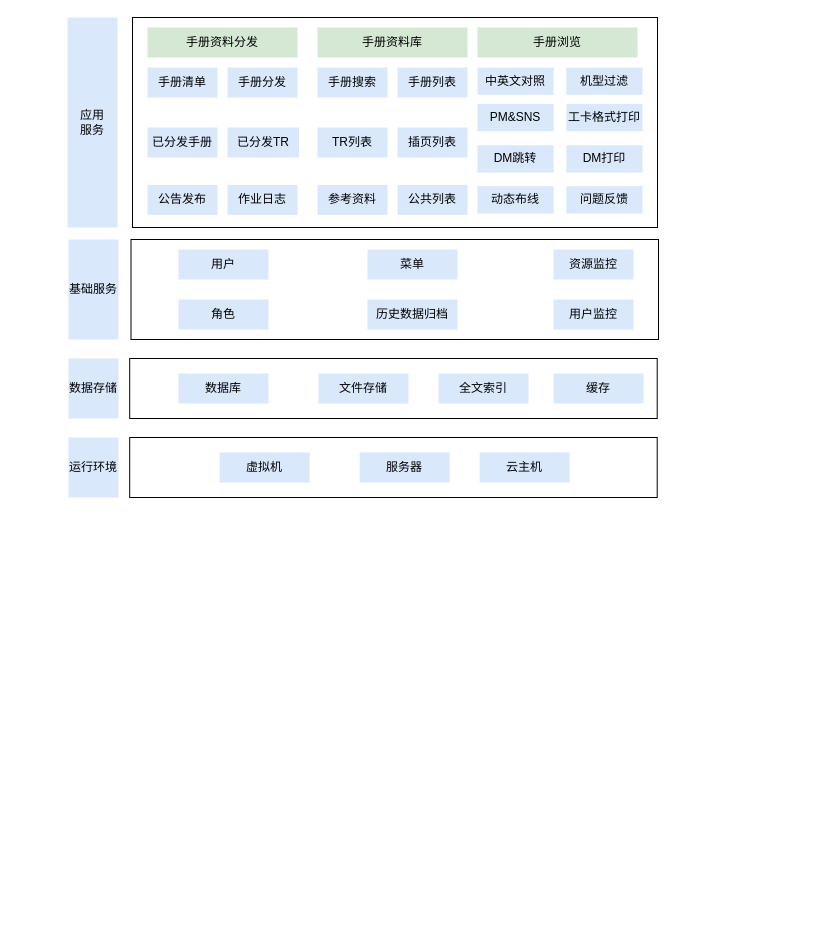
Above: imap_2/售前-IMAP 应用架构图.drawio in DemonHan/KuickBuy (draw.io), before the change. Source tidied: cells renumbered, new cells numbered last; positions are measured from the earlier drawing's top-left corner, leaving out a move shared by most shapes. Both pictures are drawn from the tidied source at 100%, with x=0, y=0 at pixel (67, 17).
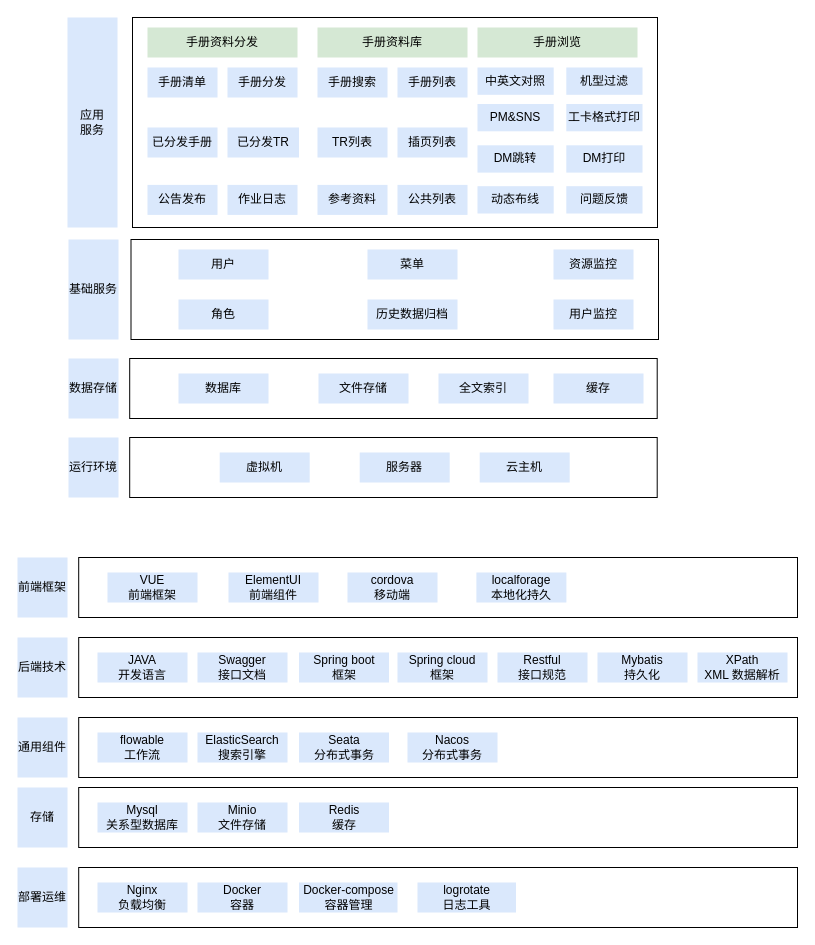
After the change.

Commit message (it also covers changes not shown here):
更新售前-IMAP 应用架构图.drawio

What changed in the source:
```diff
@@
+    <mxCell id="46" value="前端框架" style="rounded=0;whiteSpace=wrap;html=1;fillColor=#dae8fc;strokeColor=none;" parent="1" vertex="1">
+      <mxGeometry x="-50" y="540" width="50" height="60" as="geometry" />
+    </mxCell>
+    <mxCell id="47" style="rounded=0;whiteSpace=wrap;html=1;" parent="1" vertex="1">
+      <mxGeometry x="11.2" y="540" width="718.8" height="60" as="geometry" />
+    </mxCell>
+    <mxCell id="48" value="VUE&lt;br&gt;前端框架" style="rounded=0;whiteSpace=wrap;html=1;fillColor=#dae8fc;strokeColor=none;" parent="1" vertex="1">
+      <mxGeometry x="40" y="555" width="90" height="30" as="geometry" />
+    </mxCell>
+    <mxCell id="49" value="ElementUI&lt;br&gt;前端组件" style="rounded=0;whiteSpace=wrap;html=1;fillColor=#dae8fc;strokeColor=none;" parent="1" vertex="1">
+      <mxGeometry x="161" y="555" width="90" height="30" as="geometry" />
+    </mxCell>
+    <mxCell id="50" value="&lt;article data-clipboard-cangjie=&quot;[&amp;quot;root&amp;quot;,{&amp;quot;copyFrom&amp;quot;:&amp;quot;im-native&amp;quot;},[&amp;quot;p&amp;quot;,{},[&amp;quot;span&amp;quot;,{&amp;quot;data-type&amp;quot;:&amp;quot;text&amp;quot;},[&amp;quot;span&amp;quot;,{&amp;quot;data-type&amp;quot;:&amp;quot;leaf&amp;quot;},&amp;quot;cordova&amp;quot;]]]]&quot; class=&quot;4ever-article&quot;&gt;&lt;p&gt;cordova&lt;br&gt;移动端&lt;/p&gt;&lt;/article&gt;" style="rounded=0;whiteSpace=wrap;html=1;fillColor=#dae8fc;strokeColor=none;" parent="1" vertex="1">
+      <mxGeometry x="280" y="555" width="90" height="30" as="geometry" />
+    </mxCell>
+    <mxCell id="51" value="&lt;article data-clipboard-cangjie=&quot;[&amp;quot;root&amp;quot;,{&amp;quot;copyFrom&amp;quot;:&amp;quot;im-native&amp;quot;},[&amp;quot;p&amp;quot;,{},[&amp;quot;span&amp;quot;,{&amp;quot;data-type&amp;quot;:&amp;quot;text&amp;quot;},[&amp;quot;span&amp;quot;,{&amp;quot;data-type&amp;quot;:&amp;quot;leaf&amp;quot;},&amp;quot;cordova&amp;quot;]]]]&quot; class=&quot;4ever-article&quot;&gt;&lt;p&gt;localforage&lt;br&gt;本地化持久&lt;/p&gt;&lt;/article&gt;" style="rounded=0;whiteSpace=wrap;html=1;fillColor=#dae8fc;strokeColor=none;" parent="1" vertex="1">
+      <mxGeometry x="408.9" y="555" width="90" height="30" as="geometry" />
+    </mxCell>
+    <mxCell id="52" value="后端技术" style="rounded=0;whiteSpace=wrap;html=1;fillColor=#dae8fc;strokeColor=none;" parent="1" vertex="1">
+      <mxGeometry x="-50" y="620" width="50" height="60" as="geometry" />
+    </mxCell>
+    <mxCell id="53" style="rounded=0;whiteSpace=wrap;html=1;" parent="1" vertex="1">
+      <mxGeometry x="11.2" y="620" width="718.8" height="60" as="geometry" />
+    </mxCell>
+    <mxCell id="54" value="JAVA&lt;br&gt;开发语言" style="rounded=0;whiteSpace=wrap;html=1;fillColor=#dae8fc;strokeColor=none;" parent="1" vertex="1">
+      <mxGeometry x="30" y="635" width="90" height="30" as="geometry" />
+    </mxCell>
+    <mxCell id="55" value="Swagger&lt;br&gt;接口文档" style="rounded=0;whiteSpace=wrap;html=1;fillColor=#dae8fc;strokeColor=none;" parent="1" vertex="1">
+      <mxGeometry x="130" y="635" width="90" height="30" as="geometry" />
+    </mxCell>
+    <mxCell id="56" value="&lt;article data-clipboard-cangjie=&quot;[&amp;quot;root&amp;quot;,{&amp;quot;copyFrom&amp;quot;:&amp;quot;im-native&amp;quot;},[&amp;quot;p&amp;quot;,{},[&amp;quot;span&amp;quot;,{&amp;quot;data-type&amp;quot;:&amp;quot;text&amp;quot;},[&amp;quot;span&amp;quot;,{&amp;quot;data-type&amp;quot;:&amp;quot;leaf&amp;quot;},&amp;quot;cordova&amp;quot;]]]]&quot; class=&quot;4ever-article&quot;&gt;&lt;p&gt;Spring boot&lt;br&gt;框架&lt;/p&gt;&lt;/article&gt;" style="rounded=0;whiteSpace=wrap;html=1;fillColor=#dae8fc;strokeColor=none;" parent="1" vertex="1">
+      <mxGeometry x="231.5" y="635" width="90" height="30" as="geometry" />
+    </mxCell>
+    <mxCell id="57" value="&lt;article data-clipboard-cangjie=&quot;[&amp;quot;root&amp;quot;,{&amp;quot;copyFrom&amp;quot;:&amp;quot;im-native&amp;quot;},[&amp;quot;p&amp;quot;,{},[&amp;quot;span&amp;quot;,{&amp;quot;data-type&amp;quot;:&amp;quot;text&amp;quot;},[&amp;quot;span&amp;quot;,{&amp;quot;data-type&amp;quot;:&amp;quot;leaf&amp;quot;},&amp;quot;cordova&amp;quot;]]]]&quot; class=&quot;4ever-article&quot;&gt;&lt;p&gt;Spring cloud&lt;br&gt;框架&lt;/p&gt;&lt;/article&gt;" style="rounded=0;whiteSpace=wrap;html=1;fillColor=#dae8fc;strokeColor=none;" parent="1" vertex="1">
+      <mxGeometry x="330" y="635" width="90" height="30" as="geometry" />
+    </mxCell>
+    <mxCell id="58" value="&lt;article data-clipboard-cangjie=&quot;[&amp;quot;root&amp;quot;,{&amp;quot;copyFrom&amp;quot;:&amp;quot;im-native&amp;quot;},[&amp;quot;p&amp;quot;,{},[&amp;quot;span&amp;quot;,{&amp;quot;data-type&amp;quot;:&amp;quot;text&amp;quot;},[&amp;quot;span&amp;quot;,{&amp;quot;data-type&amp;quot;:&amp;quot;leaf&amp;quot;},&amp;quot;cordova&amp;quot;]]]]&quot; class=&quot;4ever-article&quot;&gt;&lt;p&gt;Restful&lt;br&gt;接口规范&lt;/p&gt;&lt;/article&gt;" style="rounded=0;whiteSpace=wrap;html=1;fillColor=#dae8fc;strokeColor=none;" parent="1" vertex="1">
+      <mxGeometry x="430" y="635" width="90" height="30" as="geometry" />
+    </mxCell>
+    <mxCell id="59" value="Mybatis&lt;br&gt;持久化" style="rounded=0;whiteSpace=wrap;html=1;fillColor=#dae8fc;strokeColor=none;" parent="1" vertex="1">
+      <mxGeometry x="530" y="635" width="90" height="30" as="geometry" />
+    </mxCell>
+    <mxCell id="60" value="XPath&lt;br&gt;XML 数据解析" style="rounded=0;whiteSpace=wrap;html=1;fillColor=#dae8fc;strokeColor=none;" parent="1" vertex="1">
+      <mxGeometry x="630" y="635" width="90" height="30" as="geometry" />
+    </mxCell>
+    <mxCell id="61" value="通用组件" style="rounded=0;whiteSpace=wrap;html=1;fillColor=#dae8fc;strokeColor=none;" parent="1" vertex="1">
+      <mxGeometry x="-50" y="700" width="50" height="60" as="geometry" />
+    </mxCell>
+    <mxCell id="62" style="rounded=0;whiteSpace=wrap;html=1;" parent="1" vertex="1">
+      <mxGeometry x="11.2" y="700" width="718.8" height="60" as="geometry" />
+    </mxCell>
+    <mxCell id="63" value="flowable&lt;br&gt;工作流" style="rounded=0;whiteSpace=wrap;html=1;fillColor=#dae8fc;strokeColor=none;" parent="1" vertex="1">
+      <mxGeometry x="30" y="715" width="90" height="30" as="geometry" />
+    </mxCell>
+    <mxCell id="64" value="ElasticSearch&lt;br&gt;&lt;div style=&quot;text-align: center;&quot;&gt;&lt;span style=&quot;text-align: start; background-color: transparent;&quot;&gt;搜索引擎&lt;/span&gt;&lt;/div&gt;" style="rounded=0;whiteSpace=wrap;html=1;fillColor=#dae8fc;strokeColor=none;" parent="1" vertex="1">
+      <mxGeometry x="130" y="715" width="90" height="30" as="geometry" />
+    </mxCell>
+    <mxCell id="65" value="&lt;article data-clipboard-cangjie=&quot;[&amp;quot;root&amp;quot;,{&amp;quot;copyFrom&amp;quot;:&amp;quot;im-native&amp;quot;},[&amp;quot;p&amp;quot;,{},[&amp;quot;span&amp;quot;,{&amp;quot;data-type&amp;quot;:&amp;quot;text&amp;quot;},[&amp;quot;span&amp;quot;,{&amp;quot;data-type&amp;quot;:&amp;quot;leaf&amp;quot;},&amp;quot;cordova&amp;quot;]]]]&quot; class=&quot;4ever-article&quot;&gt;&lt;p&gt;Seata&lt;br&gt;分布式事务&lt;/p&gt;&lt;/article&gt;" style="rounded=0;whiteSpace=wrap;html=1;fillColor=#dae8fc;strokeColor=none;" parent="1" vertex="1">
+      <mxGeometry x="231.5" y="715" width="90" height="30" as="geometry" />
+    </mxCell>
+    <mxCell id="66" value="存储" style="rounded=0;whiteSpace=wrap;html=1;fillColor=#dae8fc;strokeColor=none;" parent="1" vertex="1">
+      <mxGeometry x="-50" y="770" width="50" height="60" as="geometry" />
+    </mxCell>
+    <mxCell id="67" style="rounded=0;whiteSpace=wrap;html=1;" parent="1" vertex="1">
+      <mxGeometry x="11.2" y="770" width="718.8" height="60" as="geometry" />
+    </mxCell>
+    <mxCell id="68" value="Mysql&lt;br&gt;关系型数据库" style="rounded=0;whiteSpace=wrap;html=1;fillColor=#dae8fc;strokeColor=none;" parent="1" vertex="1">
+      <mxGeometry x="30" y="785" width="90" height="30" as="geometry" />
+    </mxCell>
+    <mxCell id="69" value="Minio&lt;br&gt;文件存储" style="rounded=0;whiteSpace=wrap;html=1;fillColor=#dae8fc;strokeColor=none;" parent="1" vertex="1">
+      <mxGeometry x="130" y="785" width="90" height="30" as="geometry" />
+    </mxCell>
+    <mxCell id="70" value="&lt;article data-clipboard-cangjie=&quot;[&amp;quot;root&amp;quot;,{&amp;quot;copyFrom&amp;quot;:&amp;quot;im-native&amp;quot;},[&amp;quot;p&amp;quot;,{},[&amp;quot;span&amp;quot;,{&amp;quot;data-type&amp;quot;:&amp;quot;text&amp;quot;},[&amp;quot;span&amp;quot;,{&amp;quot;data-type&amp;quot;:&amp;quot;leaf&amp;quot;},&amp;quot;cordova&amp;quot;]]]]&quot; class=&quot;4ever-article&quot;&gt;&lt;p&gt;Redis&lt;br&gt;缓存&lt;/p&gt;&lt;/article&gt;" style="rounded=0;whiteSpace=wrap;html=1;fillColor=#dae8fc;strokeColor=none;" parent="1" vertex="1">
+      <mxGeometry x="231.5" y="785" width="90" height="30" as="geometry" />
+    </mxCell>
+    <mxCell id="71" value="&lt;article data-clipboard-cangjie=&quot;[&amp;quot;root&amp;quot;,{&amp;quot;copyFrom&amp;quot;:&amp;quot;im-native&amp;quot;},[&amp;quot;p&amp;quot;,{},[&amp;quot;span&amp;quot;,{&amp;quot;data-type&amp;quot;:&amp;quot;text&amp;quot;},[&amp;quot;span&amp;quot;,{&amp;quot;data-type&amp;quot;:&amp;quot;leaf&amp;quot;},&amp;quot;cordova&amp;quot;]]]]&quot; class=&quot;4ever-article&quot;&gt;&lt;p&gt;Nacos&lt;br&gt;分布式事务&lt;/p&gt;&lt;/article&gt;" style="rounded=0;whiteSpace=wrap;html=1;fillColor=#dae8fc;strokeColor=none;" parent="1" vertex="1">
+      <mxGeometry x="340" y="715" width="90" height="30" as="geometry" />
+    </mxCell>
+    <mxCell id="72" value="部署运维" style="rounded=0;whiteSpace=wrap;html=1;fillColor=#dae8fc;strokeColor=none;" parent="1" vertex="1">
+      <mxGeometry x="-50" y="850" width="50" height="60" as="geometry" />
+    </mxCell>
+    <mxCell id="73" style="rounded=0;whiteSpace=wrap;html=1;" parent="1" vertex="1">
+      <mxGeometry x="11.2" y="850" width="718.8" height="60" as="geometry" />
+    </mxCell>
+    <mxCell id="74" value="Nginx&lt;br&gt;负载均衡" style="rounded=0;whiteSpace=wrap;html=1;fillColor=#dae8fc;strokeColor=none;" parent="1" vertex="1">
+      <mxGeometry x="30" y="865" width="90" height="30" as="geometry" />
+    </mxCell>
+    <mxCell id="75" value="Docker&lt;br&gt;容器" style="rounded=0;whiteSpace=wrap;html=1;fillColor=#dae8fc;strokeColor=none;" parent="1" vertex="1">
+      <mxGeometry x="130" y="865" width="90" height="30" as="geometry" />
+    </mxCell>
+    <mxCell id="76" value="&lt;article data-clipboard-cangjie=&quot;[&amp;quot;root&amp;quot;,{&amp;quot;copyFrom&amp;quot;:&amp;quot;im-native&amp;quot;},[&amp;quot;p&amp;quot;,{},[&amp;quot;span&amp;quot;,{&amp;quot;data-type&amp;quot;:&amp;quot;text&amp;quot;},[&amp;quot;span&amp;quot;,{&amp;quot;data-type&amp;quot;:&amp;quot;leaf&amp;quot;},&amp;quot;cordova&amp;quot;]]]]&quot; class=&quot;4ever-article&quot;&gt;&lt;p&gt;Docker-compose&lt;br&gt;容器管理&lt;/p&gt;&lt;/article&gt;" style="rounded=0;whiteSpace=wrap;html=1;fillColor=#dae8fc;strokeColor=none;" parent="1" vertex="1">
+      <mxGeometry x="231.5" y="865" width="98.5" height="30" as="geometry" />
+    </mxCell>
+    <mxCell id="77" value="&lt;article data-clipboard-cangjie=&quot;[&amp;quot;root&amp;quot;,{&amp;quot;copyFrom&amp;quot;:&amp;quot;im-native&amp;quot;},[&amp;quot;p&amp;quot;,{},[&amp;quot;span&amp;quot;,{&amp;quot;data-type&amp;quot;:&amp;quot;text&amp;quot;},[&amp;quot;span&amp;quot;,{&amp;quot;data-type&amp;quot;:&amp;quot;leaf&amp;quot;},&amp;quot;cordova&amp;quot;]]]]&quot; class=&quot;4ever-article&quot;&gt;&lt;p&gt;logrotate&lt;br&gt;日志工具&lt;/p&gt;&lt;/article&gt;" style="rounded=0;whiteSpace=wrap;html=1;fillColor=#dae8fc;strokeColor=none;" parent="1" vertex="1">
+      <mxGeometry x="350" y="865" width="98.5" height="30" as="geometry" />
+    </mxCell>
```
